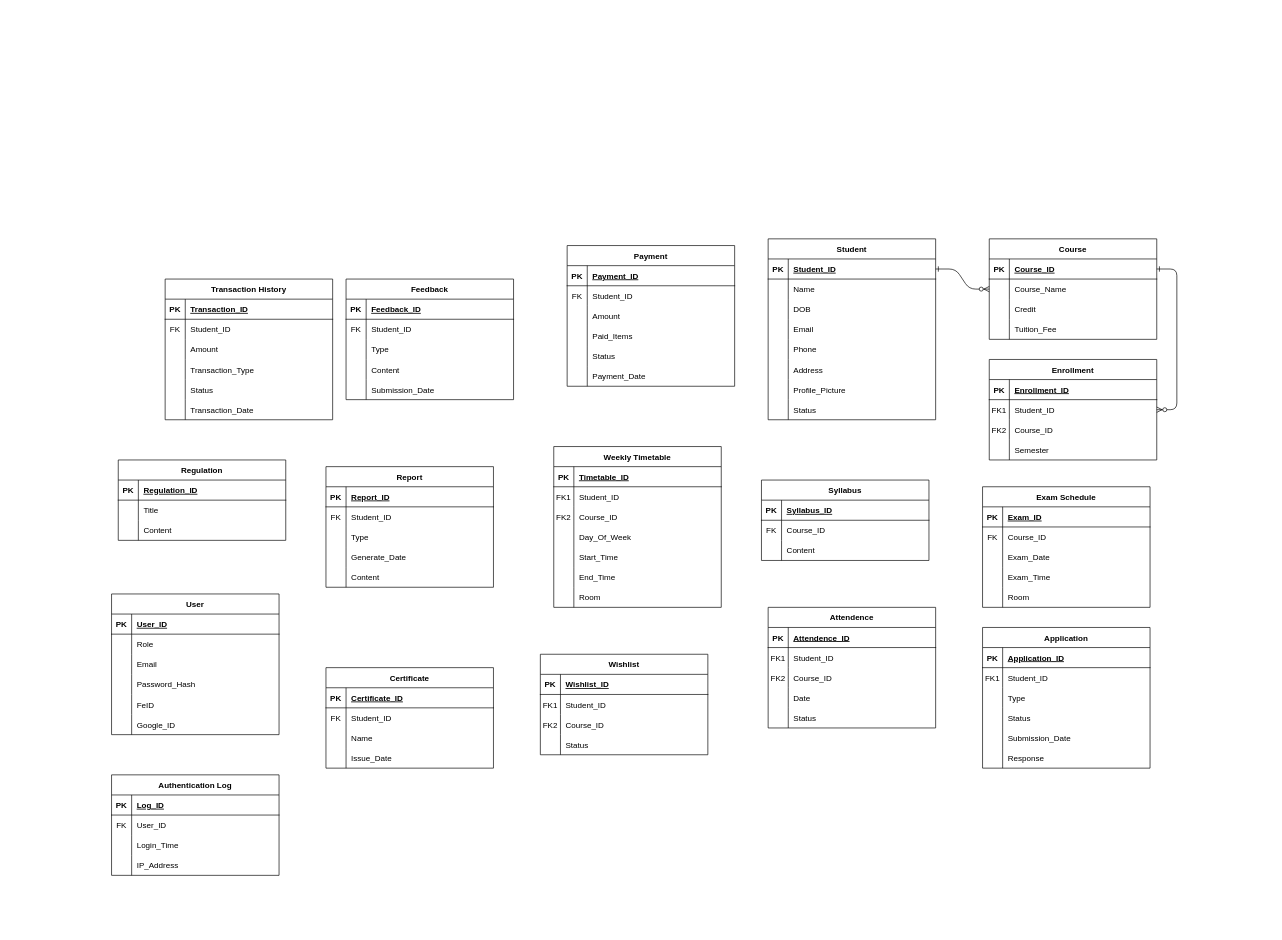
Above: fap.fpt.edu.vn.drawio in QuanTran05/ERD (draw.io), before the change. Source tidied: cells renumbered, new cells numbered last; positions are measured from the earlier drawing's top-left corner, leaving out a move shared by most shapes. Both pictures are drawn from the tidied source at 67%, with x=0, y=0 at pixel (111, 239).
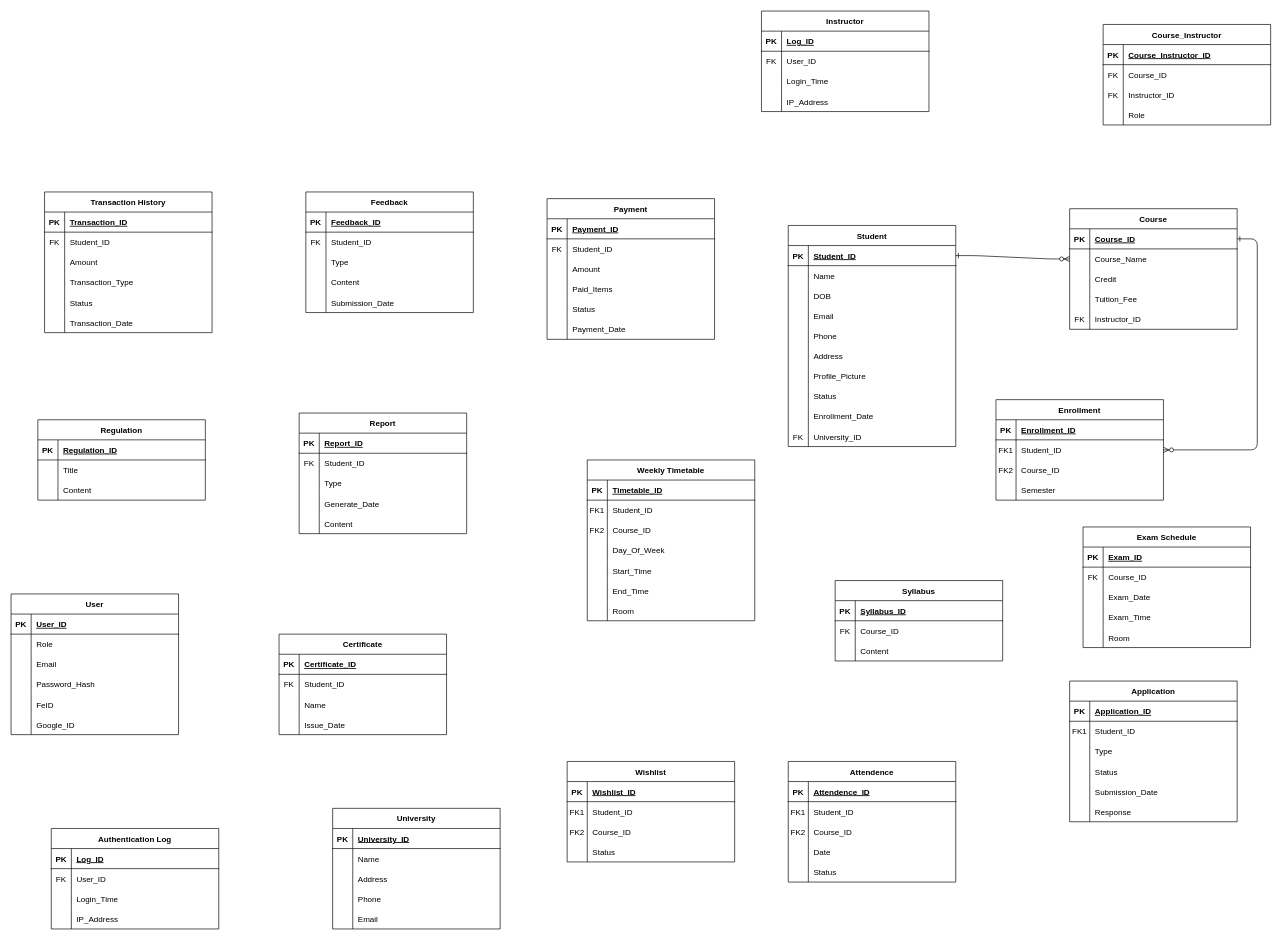
The same diagram, later.

What changed in the source:
```diff
@@
     <mxCell id="4" value="Course" style="shape=table;startSize=30;childLayout=tableLayout;rowLines=0;fontStyle=1;align=center;" parent="1" vertex="1">
-      <mxGeometry x="1310" width="250" height="150" as="geometry" />
+      <mxGeometry x="1430" y="-45" width="250" height="180" as="geometry" />
     </mxCell>
@@
+    <mxCell id="276" style="shape=partialRectangle;fillColor=none;top=0;left=0;right=0;bottom=0;" parent="4" vertex="1">
+      <mxGeometry y="150" width="250" height="30" as="geometry" />
+    </mxCell>
+    <mxCell id="277" value="FK" style="shape=partialRectangle;overflow=hidden;fillColor=none;top=0;left=0;bottom=0;right=0;" parent="276" vertex="1">
+      <mxGeometry width="30" height="30" as="geometry" />
+    </mxCell>
+    <mxCell id="278" value="Instructor_ID" style="shape=partialRectangle;overflow=hidden;fillColor=none;top=0;left=0;bottom=0;right=0;align=left;spacingLeft=6;" parent="276" vertex="1">
+      <mxGeometry x="30" width="220" height="30" as="geometry" />
+    </mxCell>
     <mxCell id="17" value="Enrollment" style="shape=table;startSize=30;childLayout=tableLayout;rowLines=0;fontStyle=1;align=center;" parent="1" vertex="1">
-      <mxGeometry x="1310" y="180" width="250" height="150" as="geometry" />
+      <mxGeometry x="1320" y="240" width="250" height="150" as="geometry" />
     </mxCell>
@@
     <mxCell id="30" value="Student" style="shape=table;startSize=30;childLayout=tableLayout;rowLines=0;fontStyle=1;align=center;" parent="1" vertex="1">
-      <mxGeometry x="980" width="250" height="270" as="geometry" />
+      <mxGeometry x="1010" y="-20" width="250" height="330" as="geometry" />
     </mxCell>
@@
+    <mxCell id="279" style="shape=partialRectangle;fillColor=none;top=0;left=0;right=0;bottom=0;" parent="30" vertex="1">
+      <mxGeometry y="270" width="250" height="30" as="geometry" />
+    </mxCell>
+    <mxCell id="280" style="shape=partialRectangle;overflow=hidden;fillColor=none;top=0;left=0;bottom=0;right=0;" parent="279" vertex="1">
+      <mxGeometry width="30" height="30" as="geometry" />
+    </mxCell>
+    <mxCell id="281" value="Enrollment_Date" style="shape=partialRectangle;overflow=hidden;fillColor=none;top=0;left=0;bottom=0;right=0;align=left;spacingLeft=6;" parent="279" vertex="1">
+      <mxGeometry x="30" width="220" height="30" as="geometry" />
+    </mxCell>
+    <mxCell id="282" style="shape=partialRectangle;fillColor=none;top=0;left=0;right=0;bottom=0;" parent="30" vertex="1">
+      <mxGeometry y="300" width="250" height="30" as="geometry" />
+    </mxCell>
+    <mxCell id="283" value="FK" style="shape=partialRectangle;overflow=hidden;fillColor=none;top=0;left=0;bottom=0;right=0;" parent="282" vertex="1">
+      <mxGeometry width="30" height="30" as="geometry" />
+    </mxCell>
+    <mxCell id="284" value="University_ID" style="shape=partialRectangle;overflow=hidden;fillColor=none;top=0;left=0;bottom=0;right=0;align=left;spacingLeft=6;" parent="282" vertex="1">
+      <mxGeometry x="30" width="220" height="30" as="geometry" />
+    </mxCell>
     <mxCell id="55" value="Weekly Timetable" style="shape=table;startSize=30;childLayout=tableLayout;rowLines=0;fontStyle=1;align=center;" parent="1" vertex="1">
-      <mxGeometry x="660" y="310" width="250" height="240" as="geometry" />
+      <mxGeometry x="710" y="330" width="250" height="240" as="geometry" />
     </mxCell>
@@
     <mxCell id="77" value="Exam Schedule" style="shape=table;startSize=30;childLayout=tableLayout;rowLines=0;fontStyle=1;align=center;" parent="1" vertex="1">
-      <mxGeometry x="1300" y="370" width="250" height="180" as="geometry" />
+      <mxGeometry x="1450" y="430" width="250" height="180" as="geometry" />
     </mxCell>
@@
     <mxCell id="93" value="Syllabus" style="shape=table;startSize=30;childLayout=tableLayout;rowLines=0;fontStyle=1;align=center;" parent="1" vertex="1">
-      <mxGeometry x="970" y="360" width="250" height="120" as="geometry" />
+      <mxGeometry x="1080" y="510" width="250" height="120" as="geometry" />
     </mxCell>
@@
     <mxCell id="103" value="Application" style="shape=table;startSize=30;childLayout=tableLayout;rowLines=0;fontStyle=1;align=center;" parent="1" vertex="1">
-      <mxGeometry x="1300" y="580" width="250" height="210" as="geometry" />
+      <mxGeometry x="1430" y="660" width="250" height="210" as="geometry" />
     </mxCell>
@@
     <mxCell id="122" value="Attendence" style="shape=table;startSize=30;childLayout=tableLayout;rowLines=0;fontStyle=1;align=center;" parent="1" vertex="1">
-      <mxGeometry x="980" y="550" width="250" height="180" as="geometry" />
+      <mxGeometry x="1010" y="780" width="250" height="180" as="geometry" />
     </mxCell>
@@
     <mxCell id="138" value="Payment" style="shape=table;startSize=30;childLayout=tableLayout;rowLines=0;fontStyle=1;align=center;" parent="1" vertex="1">
-      <mxGeometry x="680" y="10" width="250" height="210" as="geometry" />
+      <mxGeometry x="650" y="-60" width="250" height="210" as="geometry" />
     </mxCell>
@@
     <mxCell id="157" value="Wishlist" style="shape=table;startSize=30;childLayout=tableLayout;rowLines=0;fontStyle=1;align=center;" parent="1" vertex="1">
-      <mxGeometry x="640" y="620" width="250" height="150" as="geometry" />
+      <mxGeometry x="680" y="780" width="250" height="150" as="geometry" />
     </mxCell>
@@
     <mxCell id="170" value="Feedback" style="shape=table;startSize=30;childLayout=tableLayout;rowLines=0;fontStyle=1;align=center;" parent="1" vertex="1">
-      <mxGeometry x="350" y="60" width="250" height="180" as="geometry" />
+      <mxGeometry x="290" y="-70" width="250" height="180" as="geometry" />
     </mxCell>
@@
     <mxCell id="186" value="Report" style="shape=table;startSize=30;childLayout=tableLayout;rowLines=0;fontStyle=1;align=center;" parent="1" vertex="1">
-      <mxGeometry x="320" y="340" width="250" height="180" as="geometry" />
+      <mxGeometry x="280" y="260" width="250" height="180" as="geometry" />
     </mxCell>
@@
     <mxCell id="202" value="Certificate" style="shape=table;startSize=30;childLayout=tableLayout;rowLines=0;fontStyle=1;align=center;" parent="1" vertex="1">
-      <mxGeometry x="320" y="640" width="250" height="150" as="geometry" />
+      <mxGeometry x="250" y="590" width="250" height="150" as="geometry" />
     </mxCell>
@@
     <mxCell id="215" value="Transaction History" style="shape=table;startSize=30;childLayout=tableLayout;rowLines=0;fontStyle=1;align=center;" parent="1" vertex="1">
-      <mxGeometry x="80" y="60" width="250" height="210" as="geometry" />
+      <mxGeometry x="-100" y="-70" width="250" height="210" as="geometry" />
     </mxCell>
@@
     <mxCell id="234" value="Regulation" style="shape=table;startSize=30;childLayout=tableLayout;rowLines=0;fontStyle=1;align=center;" parent="1" vertex="1">
-      <mxGeometry x="10" y="330" width="250" height="120" as="geometry" />
+      <mxGeometry x="-110" y="270" width="250" height="120" as="geometry" />
     </mxCell>
@@
     <mxCell id="244" value="User" style="shape=table;startSize=30;childLayout=tableLayout;rowLines=0;fontStyle=1;align=center;" parent="1" vertex="1">
-      <mxGeometry y="530" width="250" height="210" as="geometry" />
+      <mxGeometry x="-150" y="530" width="250" height="210" as="geometry" />
     </mxCell>
@@
     <mxCell id="263" value="Authentication Log" style="shape=table;startSize=30;childLayout=tableLayout;rowLines=0;fontStyle=1;align=center;" parent="1" vertex="1">
-      <mxGeometry y="800" width="250" height="150" as="geometry" />
+      <mxGeometry x="-90" y="880" width="250" height="150" as="geometry" />
     </mxCell>
@@
+    <mxCell id="285" value="University" style="shape=table;startSize=30;childLayout=tableLayout;rowLines=0;fontStyle=1;align=center;" parent="1" vertex="1">
+      <mxGeometry x="330" y="850" width="250" height="180" as="geometry" />
+    </mxCell>
+    <mxCell id="286" style="shape=partialRectangle;fillColor=none;top=0;left=0;right=0;bottom=1;" parent="285" vertex="1">
+      <mxGeometry y="30" width="250" height="30" as="geometry" />
+    </mxCell>
+    <mxCell id="287" value="PK" style="shape=partialRectangle;overflow=hidden;fillColor=none;top=0;left=0;bottom=0;right=0;fontStyle=1;" parent="286" vertex="1">
+      <mxGeometry width="30" height="30" as="geometry" />
+    </mxCell>
+    <mxCell id="288" value="University_ID" style="shape=partialRectangle;overflow=hidden;fillColor=none;top=0;left=0;bottom=0;right=0;align=left;spacingLeft=6;fontStyle=5;" parent="286" vertex="1">
+      <mxGeometry x="30" width="220" height="30" as="geometry" />
+    </mxCell>
+    <mxCell id="289" style="shape=partialRectangle;fillColor=none;top=0;left=0;right=0;bottom=0;" parent="285" vertex="1">
+      <mxGeometry y="60" width="250" height="30" as="geometry" />
+    </mxCell>
+    <mxCell id="290" style="shape=partialRectangle;overflow=hidden;fillColor=none;top=0;left=0;bottom=0;right=0;" parent="289" vertex="1">
+      <mxGeometry width="30" height="30" as="geometry" />
+    </mxCell>
+    <mxCell id="291" value="Name" style="shape=partialRectangle;overflow=hidden;fillColor=none;top=0;left=0;bottom=0;right=0;align=left;spacingLeft=6;" parent="289" vertex="1">
+      <mxGeometry x="30" width="220" height="30" as="geometry" />
+    </mxCell>
+    <mxCell id="292" style="shape=partialRectangle;fillColor=none;top=0;left=0;right=0;bottom=0;" parent="285" vertex="1">
+      <mxGeometry y="90" width="250" height="30" as="geometry" />
+    </mxCell>
+    <mxCell id="293" style="shape=partialRectangle;overflow=hidden;fillColor=none;top=0;left=0;bottom=0;right=0;" parent="292" vertex="1">
+      <mxGeometry width="30" height="30" as="geometry" />
+    </mxCell>
+    <mxCell id="294" value="Address" style="shape=partialRectangle;overflow=hidden;fillColor=none;top=0;left=0;bottom=0;right=0;align=left;spacingLeft=6;" parent="292" vertex="1">
+      <mxGeometry x="30" width="220" height="30" as="geometry" />
+    </mxCell>
+    <mxCell id="295" style="shape=partialRectangle;fillColor=none;top=0;left=0;right=0;bottom=0;" parent="285" vertex="1">
+      <mxGeometry y="120" width="250" height="30" as="geometry" />
+    </mxCell>
+    <mxCell id="296" style="shape=partialRectangle;overflow=hidden;fillColor=none;top=0;left=0;bottom=0;right=0;" parent="295" vertex="1">
+      <mxGeometry width="30" height="30" as="geometry" />
+    </mxCell>
+    <mxCell id="297" value="Phone" style="shape=partialRectangle;overflow=hidden;fillColor=none;top=0;left=0;bottom=0;right=0;align=left;spacingLeft=6;" parent="295" vertex="1">
+      <mxGeometry x="30" width="220" height="30" as="geometry" />
+    </mxCell>
+    <mxCell id="298" style="shape=partialRectangle;fillColor=none;top=0;left=0;right=0;bottom=0;" parent="285" vertex="1">
+      <mxGeometry y="150" width="250" height="30" as="geometry" />
+    </mxCell>
+    <mxCell id="299" style="shape=partialRectangle;overflow=hidden;fillColor=none;top=0;left=0;bottom=0;right=0;" parent="298" vertex="1">
+      <mxGeometry width="30" height="30" as="geometry" />
+    </mxCell>
+    <mxCell id="300" value="Email" style="shape=partialRectangle;overflow=hidden;fillColor=none;top=0;left=0;bottom=0;right=0;align=left;spacingLeft=6;" parent="298" vertex="1">
+      <mxGeometry x="30" width="220" height="30" as="geometry" />
+    </mxCell>
+    <mxCell id="301" value="Instructor" style="shape=table;startSize=30;childLayout=tableLayout;rowLines=0;fontStyle=1;align=center;" parent="1" vertex="1">
+      <mxGeometry x="970" y="-340" width="250" height="150" as="geometry" />
+    </mxCell>
+    <mxCell id="302" style="shape=partialRectangle;fillColor=none;top=0;left=0;right=0;bottom=1;" parent="301" vertex="1">
+      <mxGeometry y="30" width="250" height="30" as="geometry" />
+    </mxCell>
+    <mxCell id="303" value="PK" style="shape=partialRectangle;overflow=hidden;fillColor=none;top=0;left=0;bottom=0;right=0;fontStyle=1;" parent="302" vertex="1">
+      <mxGeometry width="30" height="30" as="geometry" />
+    </mxCell>
+    <mxCell id="304" value="Log_ID" style="shape=partialRectangle;overflow=hidden;fillColor=none;top=0;left=0;bottom=0;right=0;align=left;spacingLeft=6;fontStyle=5;" parent="302" vertex="1">
+      <mxGeometry x="30" width="220" height="30" as="geometry" />
+    </mxCell>
+    <mxCell id="305" style="shape=partialRectangle;fillColor=none;top=0;left=0;right=0;bottom=0;" parent="301" vertex="1">
+      <mxGeometry y="60" width="250" height="30" as="geometry" />
+    </mxCell>
+    <mxCell id="306" value="FK" style="shape=partialRectangle;overflow=hidden;fillColor=none;top=0;left=0;bottom=0;right=0;" parent="305" vertex="1">
+      <mxGeometry width="30" height="30" as="geometry" />
+    </mxCell>
+    <mxCell id="307" value="User_ID" style="shape=partialRectangle;overflow=hidden;fillColor=none;top=0;left=0;bottom=0;right=0;align=left;spacingLeft=6;" parent="305" vertex="1">
+      <mxGeometry x="30" width="220" height="30" as="geometry" />
+    </mxCell>
+    <mxCell id="308" style="shape=partialRectangle;fillColor=none;top=0;left=0;right=0;bottom=0;" parent="301" vertex="1">
+      <mxGeometry y="90" width="250" height="30" as="geometry" />
+    </mxCell>
+    <mxCell id="309" style="shape=partialRectangle;overflow=hidden;fillColor=none;top=0;left=0;bottom=0;right=0;" parent="308" vertex="1">
+      <mxGeometry width="30" height="30" as="geometry" />
+    </mxCell>
+    <mxCell id="310" value="Login_Time" style="shape=partialRectangle;overflow=hidden;fillColor=none;top=0;left=0;bottom=0;right=0;align=left;spacingLeft=6;" parent="308" vertex="1">
+      <mxGeometry x="30" width="220" height="30" as="geometry" />
+    </mxCell>
+    <mxCell id="311" style="shape=partialRectangle;fillColor=none;top=0;left=0;right=0;bottom=0;" parent="301" vertex="1">
+      <mxGeometry y="120" width="250" height="30" as="geometry" />
+    </mxCell>
+    <mxCell id="312" style="shape=partialRectangle;overflow=hidden;fillColor=none;top=0;left=0;bottom=0;right=0;" parent="311" vertex="1">
+      <mxGeometry width="30" height="30" as="geometry" />
+    </mxCell>
+    <mxCell id="313" value="IP_Address" style="shape=partialRectangle;overflow=hidden;fillColor=none;top=0;left=0;bottom=0;right=0;align=left;spacingLeft=6;" parent="311" vertex="1">
+      <mxGeometry x="30" width="220" height="30" as="geometry" />
+    </mxCell>
+    <mxCell id="314" value="Course_Instructor" style="shape=table;startSize=30;childLayout=tableLayout;rowLines=0;fontStyle=1;align=center;" parent="1" vertex="1">
+      <mxGeometry x="1480" y="-320" width="250" height="150" as="geometry" />
+    </mxCell>
+    <mxCell id="315" style="shape=partialRectangle;fillColor=none;top=0;left=0;right=0;bottom=1;" parent="314" vertex="1">
+      <mxGeometry y="30" width="250" height="30" as="geometry" />
+    </mxCell>
+    <mxCell id="316" value="PK" style="shape=partialRectangle;overflow=hidden;fillColor=none;top=0;left=0;bottom=0;right=0;fontStyle=1;" parent="315" vertex="1">
+      <mxGeometry width="30" height="30" as="geometry" />
+    </mxCell>
+    <mxCell id="317" value="Course_Instructor_ID" style="shape=partialRectangle;overflow=hidden;fillColor=none;top=0;left=0;bottom=0;right=0;align=left;spacingLeft=6;fontStyle=5;" parent="315" vertex="1">
+      <mxGeometry x="30" width="220" height="30" as="geometry" />
+    </mxCell>
+    <mxCell id="318" style="shape=partialRectangle;fillColor=none;top=0;left=0;right=0;bottom=0;" parent="314" vertex="1">
+      <mxGeometry y="60" width="250" height="30" as="geometry" />
+    </mxCell>
+    <mxCell id="319" value="FK" style="shape=partialRectangle;overflow=hidden;fillColor=none;top=0;left=0;bottom=0;right=0;" parent="318" vertex="1">
+      <mxGeometry width="30" height="30" as="geometry" />
+    </mxCell>
+    <mxCell id="320" value="Course_ID" style="shape=partialRectangle;overflow=hidden;fillColor=none;top=0;left=0;bottom=0;right=0;align=left;spacingLeft=6;" parent="318" vertex="1">
+      <mxGeometry x="30" width="220" height="30" as="geometry" />
+    </mxCell>
+    <mxCell id="321" style="shape=partialRectangle;fillColor=none;top=0;left=0;right=0;bottom=0;" parent="314" vertex="1">
+      <mxGeometry y="90" width="250" height="30" as="geometry" />
+    </mxCell>
+    <mxCell id="322" value="FK" style="shape=partialRectangle;overflow=hidden;fillColor=none;top=0;left=0;bottom=0;right=0;" parent="321" vertex="1">
+      <mxGeometry width="30" height="30" as="geometry" />
+    </mxCell>
+    <mxCell id="323" value="Instructor_ID" style="shape=partialRectangle;overflow=hidden;fillColor=none;top=0;left=0;bottom=0;right=0;align=left;spacingLeft=6;" parent="321" vertex="1">
+      <mxGeometry x="30" width="220" height="30" as="geometry" />
+    </mxCell>
+    <mxCell id="324" style="shape=partialRectangle;fillColor=none;top=0;left=0;right=0;bottom=0;" parent="314" vertex="1">
+      <mxGeometry y="120" width="250" height="30" as="geometry" />
+    </mxCell>
+    <mxCell id="325" style="shape=partialRectangle;overflow=hidden;fillColor=none;top=0;left=0;bottom=0;right=0;" parent="324" vertex="1">
+      <mxGeometry width="30" height="30" as="geometry" />
+    </mxCell>
+    <mxCell id="326" value="Role" style="shape=partialRectangle;overflow=hidden;fillColor=none;top=0;left=0;bottom=0;right=0;align=left;spacingLeft=6;" parent="324" vertex="1">
+      <mxGeometry x="30" width="220" height="30" as="geometry" />
+    </mxCell>
```
